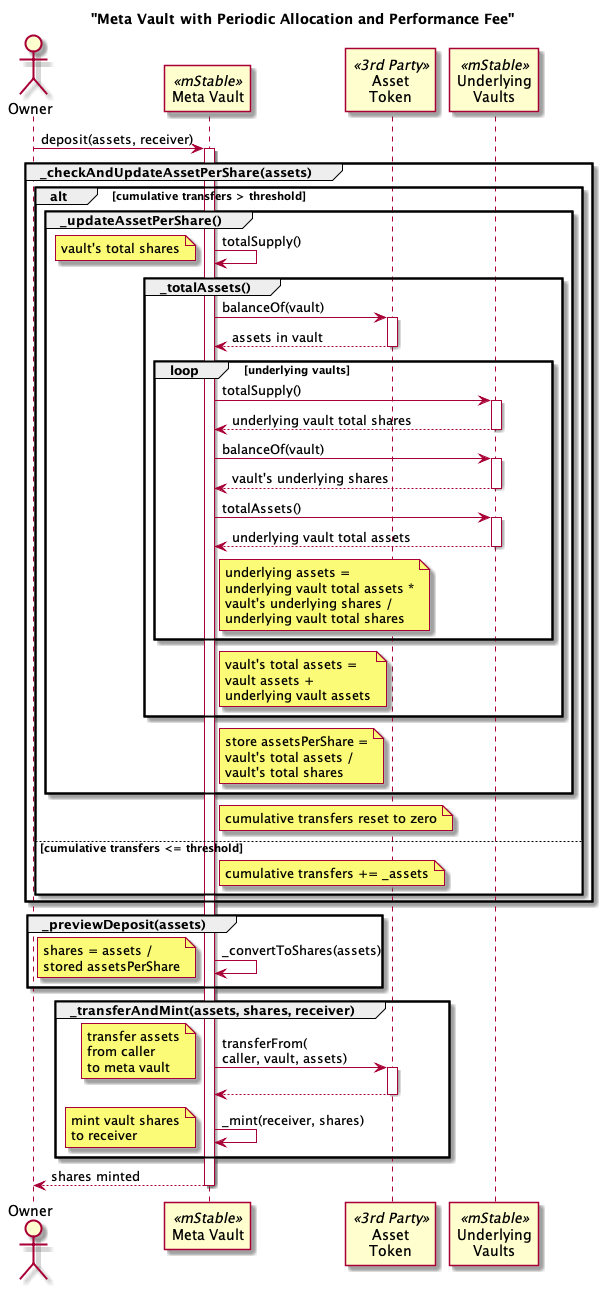
mstable/metavaults keeps this PlantUML diagram as docs/metaVaultDeposit.png. Above is the earlier version. The source it was exported from:
```plantuml
@startuml

title "Meta Vault with Periodic Allocation and Performance Fee"

actor Owner as owner
participant "Meta Vault" as mv <<mStable>>
participant "Asset\nToken" as asset <<3rd Party>>
participant "Underlying\nVaults" as uv <<mStable>>

































owner -> mv : deposit(assets, receiver)
activate mv

group _checkAndUpdateAssetPerShare(assets)
alt cumulative transfers > threshold

group _updateAssetPerShare()

mv -> mv : totalSupply()
note left : vault's total shares

group _totalAssets()

mv -> asset : balanceOf(vault)
activate asset
return assets in vault

loop underlying vaults
mv -> uv : totalSupply()
activate uv
return underlying vault total shares

mv -> uv : balanceOf(vault)
activate uv
return vault's underlying shares

mv -> uv : totalAssets()
activate uv
return underlying vault total assets

note right of mv : underlying assets =\nunderlying vault total assets *\nvault's underlying shares /\nunderlying vault total shares
end ' underlying vaults

note right of mv : vault's total assets =\nvault assets +\nunderlying vault assets
end '  _totalAssets()

note right of mv : store assetsPerShare =\nvault's total assets /\nvault's total shares

end ' _updateAssetPerShare()
note right of mv : cumulative transfers reset to zero
else cumulative transfers <= threshold
note right of mv : cumulative transfers += _assets
end ' alt
end ' _checkAndUpdateAssetPerShare

group _previewDeposit(assets)

mv -> mv : _convertToShares(assets)
note left : shares = assets /\nstored assetsPerShare

end ' _previewDeposit(assets)

group _transferAndMint(assets, shares, receiver)

mv -> asset : transferFrom(\ncaller, vault, assets)
activate asset
note left : transfer assets\nfrom caller\nto meta vault
return

mv -> mv : _mint(receiver, shares)
note left : mint vault shares\nto receiver

end

return shares minted

















































































@enduml
```
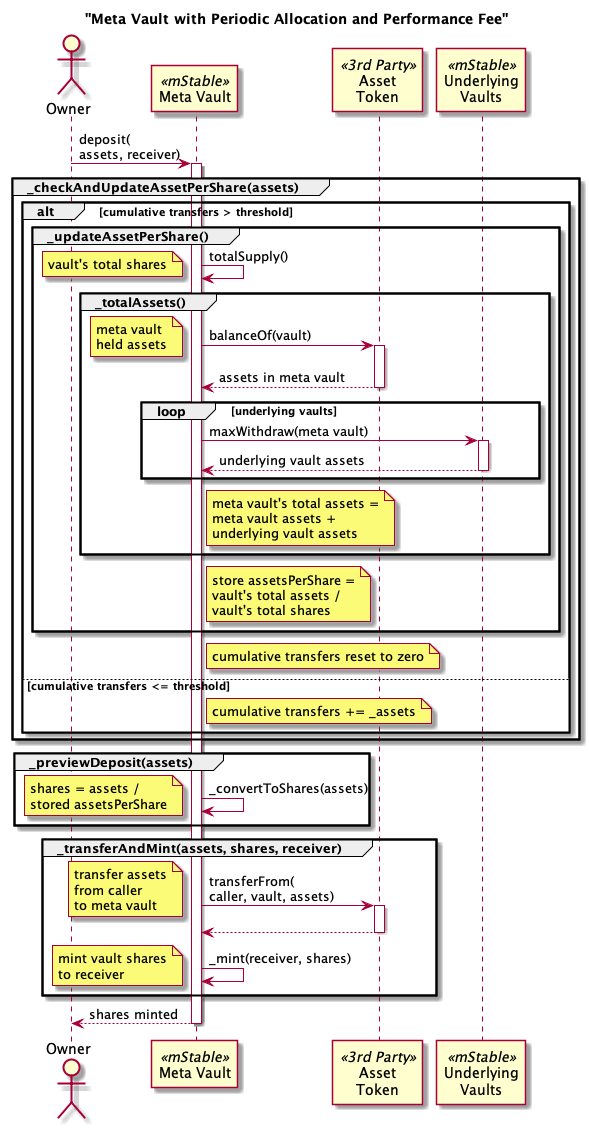
Later version of the same file.

Change to the diagram source:
```diff
@@ -39,7 +39,32 @@
 
 
 
-owner -> mv : deposit(assets, receiver)
+
+
+
+
+
+
+
+
+
+
+
+
+
+
+
+
+
+
+
+
+
+
+
+
+
+owner -> mv : deposit(\nassets, receiver)
 activate mv
 
 group _checkAndUpdateAssetPerShare(assets)
@@ -54,25 +79,17 @@
 
 mv -> asset : balanceOf(vault)
 activate asset
-return assets in vault
+note left : meta vault\nheld assets
+return assets in meta vault
 
 loop underlying vaults
-mv -> uv : totalSupply()
+mv -> uv : maxWithdraw(meta vault)
 activate uv
-return underlying vault total shares
+return underlying vault assets
 
-mv -> uv : balanceOf(vault)
-activate uv
-return vault's underlying shares
-
-mv -> uv : totalAssets()
-activate uv
-return underlying vault total assets
-
-note right of mv : underlying assets =\nunderlying vault total assets *\nvault's underlying shares /\nunderlying vault total shares
 end ' underlying vaults
 
-note right of mv : vault's total assets =\nvault assets +\nunderlying vault assets
+note right of mv : meta vault's total assets =\nmeta vault assets +\nunderlying vault assets
 end '  _totalAssets()
 
 note right of mv : store assetsPerShare =\nvault's total assets /\nvault's total shares
@@ -185,4 +202,16 @@
 
 
 
+
+
+
+
+
+
+
+
+
+
+
+
 @enduml
```
